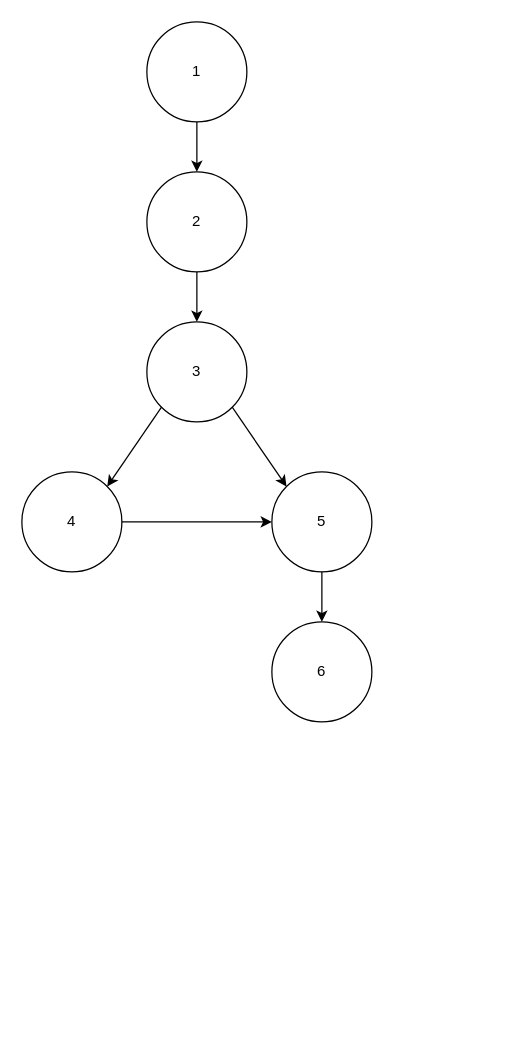
This is Prueba_del_camino_basico.drawio from Kristiansito/Diagramas, a draw.io file, before an edit. Source tidied: cells renumbered, new cells numbered last; positions are measured from the earlier drawing's top-left corner, leaving out a move shared by most shapes. Both pictures are drawn from the tidied source at 125%, with x=0, y=0 at pixel (21, 21).
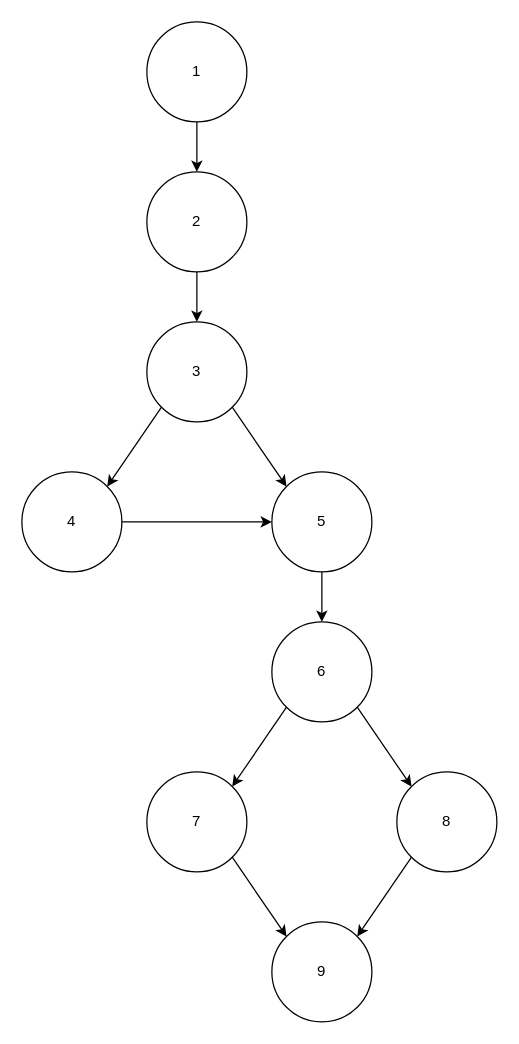
The same diagram, later.

Unchanged cells that the change refers to:
```xml
<mxCell id="13" value="6" style="ellipse;whiteSpace=wrap;html=1;" parent="1" vertex="1">
  <mxGeometry x="200" y="480" width="80" height="80" as="geometry" />
</mxCell>
```

What changed in the source:
```diff
@@
+    <mxCell id="14" value="7" style="ellipse;whiteSpace=wrap;html=1;" parent="1" vertex="1">
+      <mxGeometry x="100" y="600" width="80" height="80" as="geometry" />
+    </mxCell>
+    <mxCell id="15" value="8" style="ellipse;whiteSpace=wrap;html=1;" parent="1" vertex="1">
+      <mxGeometry x="300" y="600" width="80" height="80" as="geometry" />
+    </mxCell>
+    <mxCell id="16" style="endArrow=classic;html=1;rounded=0;exitX=0;exitY=1;exitDx=0;exitDy=0;entryX=1;entryY=0;entryDx=0;entryDy=0;" parent="1" edge="1" source="13" target="14">
+      <mxGeometry relative="1" as="geometry" />
+    </mxCell>
+    <mxCell id="17" style="endArrow=classic;html=1;rounded=0;exitX=1;exitY=1;exitDx=0;exitDy=0;entryX=0;entryY=0;entryDx=0;entryDy=0;" parent="1" edge="1" source="13" target="15">
+      <mxGeometry relative="1" as="geometry" />
+    </mxCell>
+    <mxCell id="18" value="9" style="ellipse;whiteSpace=wrap;html=1;" parent="1" vertex="1">
+      <mxGeometry x="200" y="720" width="80" height="80" as="geometry" />
+    </mxCell>
+    <mxCell id="19" style="endArrow=classic;html=1;rounded=0;exitX=1;exitY=1;exitDx=0;exitDy=0;entryX=0;entryY=0;entryDx=0;entryDy=0;" parent="1" edge="1" source="14" target="18">
+      <mxGeometry relative="1" as="geometry" />
+    </mxCell>
+    <mxCell id="20" style="endArrow=classic;html=1;rounded=0;exitX=0;exitY=1;exitDx=0;exitDy=0;entryX=1;entryY=0;entryDx=0;entryDy=0;" parent="1" edge="1" source="15" target="18">
+      <mxGeometry relative="1" as="geometry" />
+    </mxCell>
```
